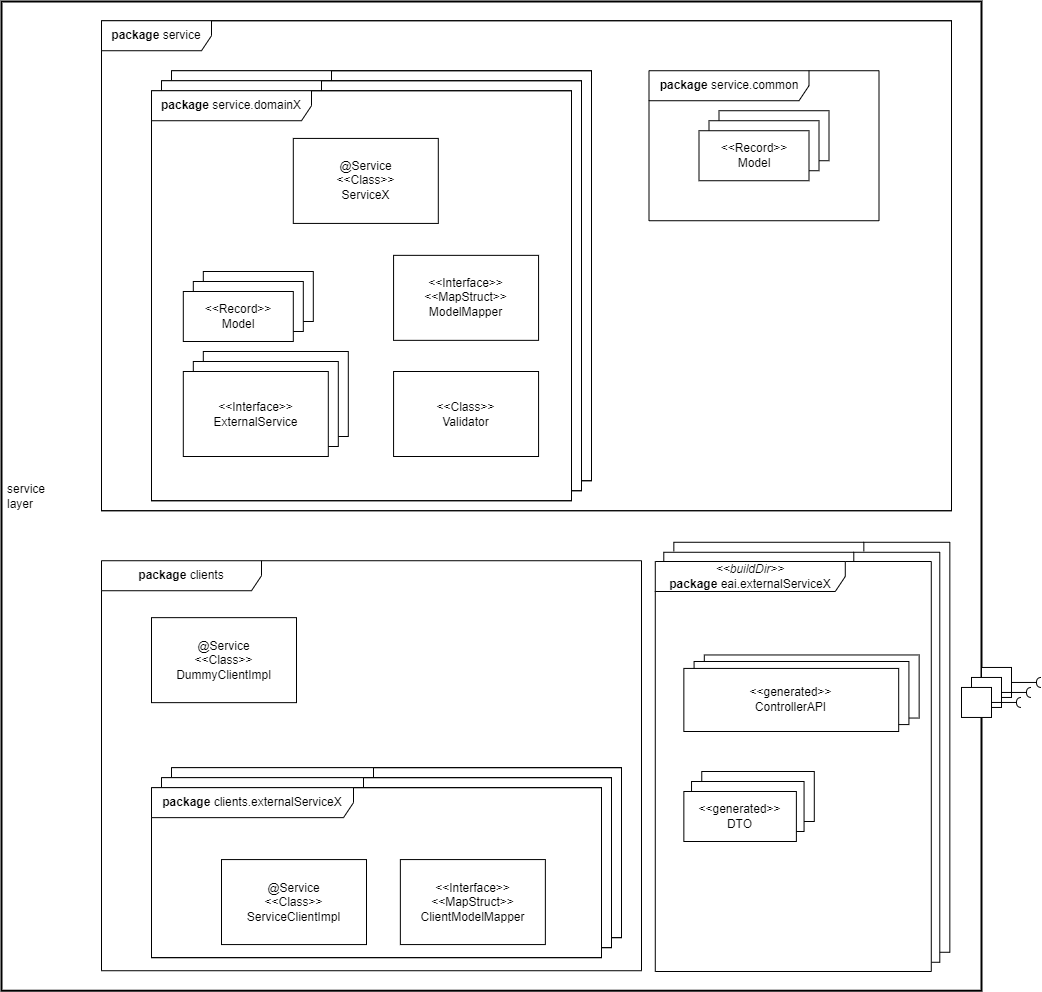
it-at-m/Wahllokalsystem keeps this draw.io diagram as docs/src/public/componentsOfServiceLayer.drawio.png. Above is the earlier version. Source tidied: cells renumbered, new cells last; positions are measured from the earlier drawing's top-left corner, leaving out a move shared by most shapes.
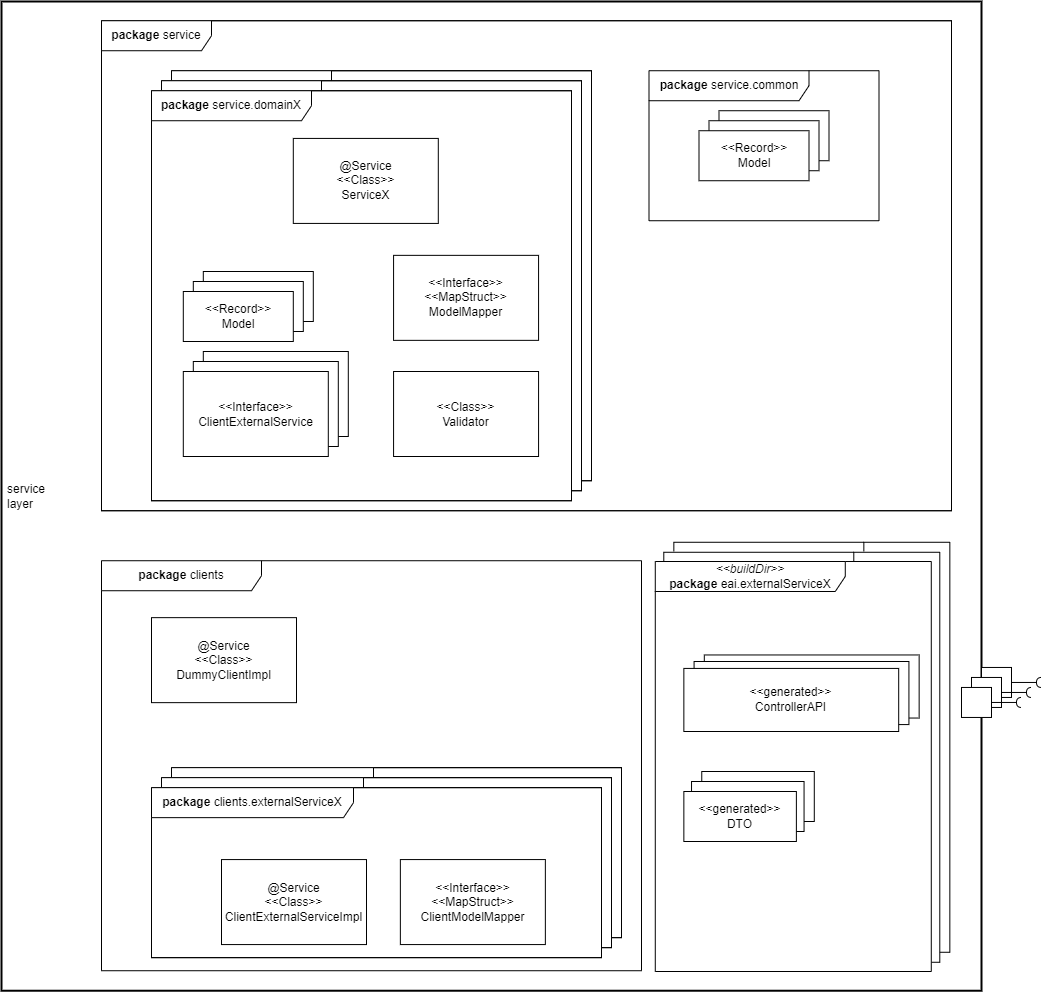
The same diagram one commit later.

Commit message:
rename interface and client for access to external service

Change to the diagram source:
```diff
@@ -97,7 +97,7 @@
     <mxCell id="30" value="&lt;b&gt;package&lt;/b&gt;&amp;nbsp;clients.externalServiceX" style="shape=umlFrame;whiteSpace=wrap;html=1;width=202;fillColor=default;height=30;" parent="29" vertex="1">
       <mxGeometry width="450" height="170" as="geometry" />
     </mxCell>
-    <mxCell id="31" value="&lt;div&gt;@&lt;span style=&quot;background-color: initial;&quot;&gt;Service&lt;/span&gt;&lt;/div&gt;&lt;div&gt;&lt;span style=&quot;background-color: initial;&quot;&gt;&amp;lt;&amp;lt;Class&amp;gt;&amp;gt;&lt;/span&gt;&lt;/div&gt;&lt;div&gt;&lt;span style=&quot;background-color: initial;&quot;&gt;ServiceClientImpl&lt;/span&gt;&lt;/div&gt;" style="rounded=0;whiteSpace=wrap;html=1;strokeWidth=1;strokeColor=#000000;" parent="30" vertex="1">
+    <mxCell id="31" value="&lt;div&gt;@&lt;span style=&quot;background-color: initial;&quot;&gt;Service&lt;/span&gt;&lt;/div&gt;&lt;div&gt;&lt;span style=&quot;background-color: initial;&quot;&gt;&amp;lt;&amp;lt;Class&amp;gt;&amp;gt;&lt;/span&gt;&lt;/div&gt;&lt;div&gt;&lt;span style=&quot;background-color: initial;&quot;&gt;ClientExternalService&lt;/span&gt;&lt;span style=&quot;background-color: initial;&quot;&gt;Impl&lt;/span&gt;&lt;/div&gt;" style="rounded=0;whiteSpace=wrap;html=1;strokeWidth=1;strokeColor=#000000;" parent="30" vertex="1">
       <mxGeometry x="70" y="71.9" width="145" height="85" as="geometry" />
     </mxCell>
     <mxCell id="32" value="&lt;div&gt;&lt;span style=&quot;background-color: initial;&quot;&gt;&amp;lt;&amp;lt;Interface&amp;gt;&amp;gt;&lt;/span&gt;&lt;br&gt;&lt;/div&gt;&lt;div&gt;&lt;span style=&quot;background-color: initial;&quot;&gt;&amp;lt;&amp;lt;MapStruct&amp;gt;&amp;gt;&lt;/span&gt;&lt;/div&gt;ClientModelMapper" style="rounded=0;whiteSpace=wrap;html=1;strokeWidth=1;strokeColor=#000000;" parent="29" vertex="1">
@@ -169,7 +169,7 @@
     <mxCell id="54" value="&lt;div&gt;&lt;/div&gt;" style="rounded=0;whiteSpace=wrap;html=1;strokeWidth=1;strokeColor=#000000;" parent="45" vertex="1">
       <mxGeometry x="41.8" y="270.8" width="145" height="85" as="geometry" />
     </mxCell>
-    <mxCell id="55" value="&lt;div&gt;&lt;span style=&quot;background-color: initial;&quot;&gt;&amp;lt;&amp;lt;Interface&amp;gt;&amp;gt;&lt;/span&gt;&lt;br&gt;&lt;/div&gt;ExternalService" style="rounded=0;whiteSpace=wrap;html=1;strokeWidth=1;strokeColor=#000000;" parent="45" vertex="1">
+    <mxCell id="55" value="&lt;div&gt;&lt;span style=&quot;background-color: initial;&quot;&gt;&amp;lt;&amp;lt;Interface&amp;gt;&amp;gt;&lt;/span&gt;&lt;br&gt;&lt;/div&gt;&lt;span class=&quot;nodeLabel markdown-node-label&quot;&gt;ClientExternalService&lt;/span&gt;" style="rounded=0;whiteSpace=wrap;html=1;strokeWidth=1;strokeColor=#000000;" parent="45" vertex="1">
       <mxGeometry x="31.8" y="280.8" width="145" height="85" as="geometry" />
     </mxCell>
     <mxCell id="56" style="group;" parent="1" vertex="1">
```
